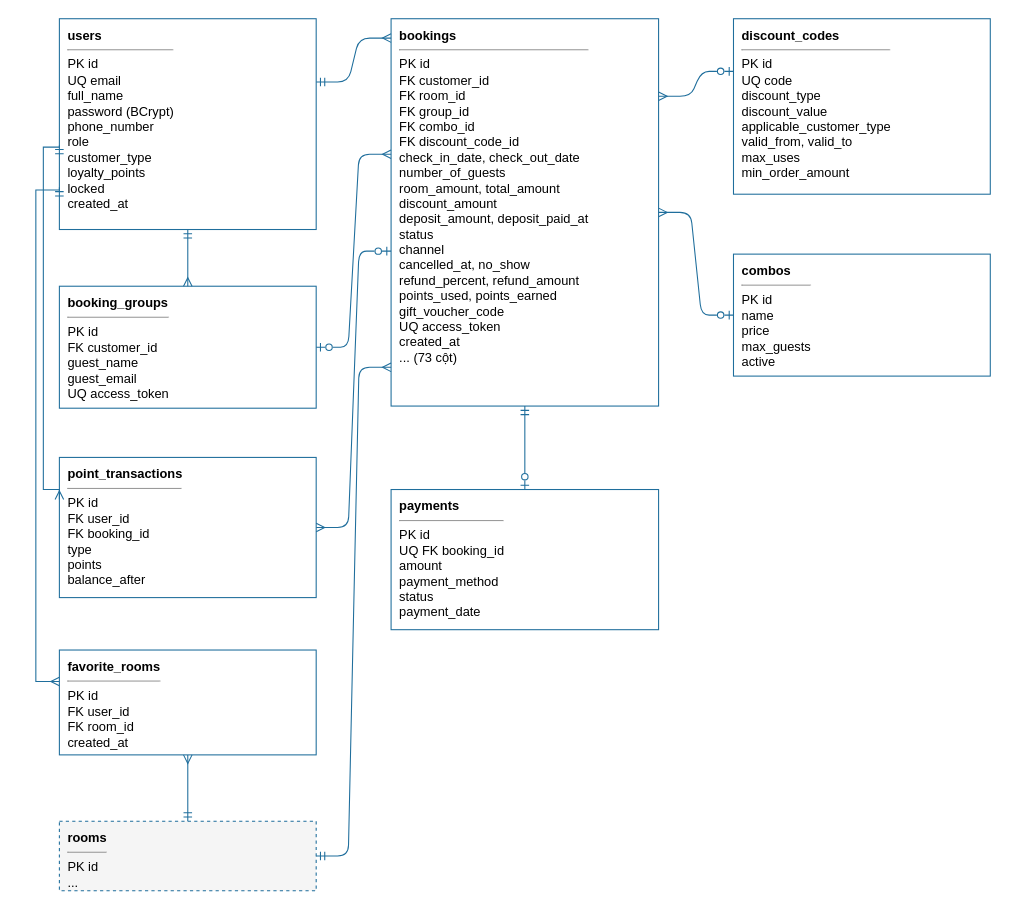
Above: docs/thiet-ke/erd-1-dat-phong.drawio in ngynquchn2511/beach-hotel (draw.io), before the change. Source tidied: cells renumbered, new cells numbered last; positions are measured from the earlier drawing's top-left corner, leaving out a move shared by most shapes. Both pictures are drawn from the tidied source at 107%, with x=0, y=0 at pixel (35, 18).
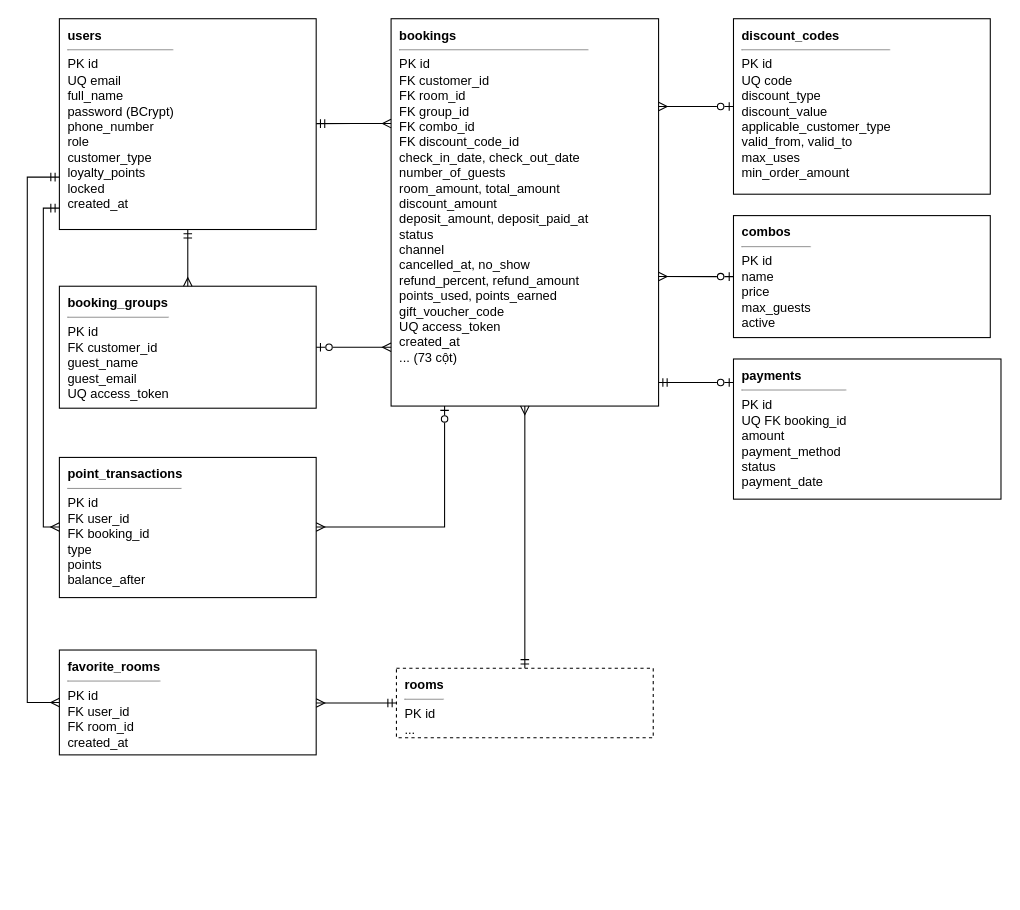
The same page after the edit.

Diff of the diagram source:
```diff
@@
-    <mxCell id="2" value="&lt;b&gt;users&lt;/b&gt;&lt;hr size=&quot;1&quot;&gt;PK id&lt;br&gt;UQ email&lt;br&gt;full_name&lt;br&gt;password (BCrypt)&lt;br&gt;phone_number&lt;br&gt;role&lt;br&gt;customer_type&lt;br&gt;loyalty_points&lt;br&gt;locked&lt;br&gt;created_at" style="rounded=0;whiteSpace=wrap;html=1;align=left;verticalAlign=top;spacingLeft=6;spacingTop=2;fillColor=#FFFFFF;strokeColor=#1F6E9C;fontSize=11;fontSize=12;" parent="1" vertex="1">
+    <mxCell id="2" value="&lt;b&gt;users&lt;/b&gt;&lt;hr size=&quot;1&quot;&gt;PK id&lt;br&gt;UQ email&lt;br&gt;full_name&lt;br&gt;password (BCrypt)&lt;br&gt;phone_number&lt;br&gt;role&lt;br&gt;customer_type&lt;br&gt;loyalty_points&lt;br&gt;locked&lt;br&gt;created_at" style="rounded=0;whiteSpace=wrap;html=1;align=left;verticalAlign=top;spacingLeft=6;spacingTop=2;fillColor=#FFFFFF;strokeColor=#000000;fontSize=11;fontSize=12;" parent="1" vertex="1">
       <mxGeometry x="22" width="240" height="197" as="geometry" />
     </mxCell>
-    <mxCell id="3" value="&lt;b&gt;booking_groups&lt;/b&gt;&lt;hr size=&quot;1&quot;&gt;PK id&lt;br&gt;FK customer_id&lt;br&gt;guest_name&lt;br&gt;guest_email&lt;br&gt;UQ access_token" style="rounded=0;whiteSpace=wrap;html=1;align=left;verticalAlign=top;spacingLeft=6;spacingTop=2;fillColor=#FFFFFF;strokeColor=#1F6E9C;fontSize=11;fontSize=12;" parent="1" vertex="1">
+    <mxCell id="3" value="&lt;b&gt;booking_groups&lt;/b&gt;&lt;hr size=&quot;1&quot;&gt;PK id&lt;br&gt;FK customer_id&lt;br&gt;guest_name&lt;br&gt;guest_email&lt;br&gt;UQ access_token" style="rounded=0;whiteSpace=wrap;html=1;align=left;verticalAlign=top;spacingLeft=6;spacingTop=2;fillColor=#FFFFFF;strokeColor=#000000;fontSize=11;fontSize=12;" parent="1" vertex="1">
       <mxGeometry x="22" y="250" width="240" height="114" as="geometry" />
     </mxCell>
-    <mxCell id="4" value="&lt;b&gt;point_transactions&lt;/b&gt;&lt;hr size=&quot;1&quot;&gt;PK id&lt;br&gt;FK user_id&lt;br&gt;FK booking_id&lt;br&gt;type&lt;br&gt;points&lt;br&gt;balance_after" style="rounded=0;whiteSpace=wrap;html=1;align=left;verticalAlign=top;spacingLeft=6;spacingTop=2;fillColor=#FFFFFF;strokeColor=#1F6E9C;fontSize=11;fontSize=12;" parent="1" vertex="1">
+    <mxCell id="4" value="&lt;b&gt;point_transactions&lt;/b&gt;&lt;hr size=&quot;1&quot;&gt;PK id&lt;br&gt;FK user_id&lt;br&gt;FK booking_id&lt;br&gt;type&lt;br&gt;points&lt;br&gt;balance_after" style="rounded=0;whiteSpace=wrap;html=1;align=left;verticalAlign=top;spacingLeft=6;spacingTop=2;fillColor=#FFFFFF;strokeColor=#000000;fontSize=11;fontSize=12;" parent="1" vertex="1">
       <mxGeometry x="22" y="410" width="240" height="131" as="geometry" />
     </mxCell>
-    <mxCell id="5" value="&lt;b&gt;favorite_rooms&lt;/b&gt;&lt;hr size=&quot;1&quot;&gt;PK id&lt;br&gt;FK user_id&lt;br&gt;FK room_id&lt;br&gt;created_at" style="rounded=0;whiteSpace=wrap;html=1;align=left;verticalAlign=top;spacingLeft=6;spacingTop=2;fillColor=#FFFFFF;strokeColor=#1F6E9C;fontSize=11;fontSize=12;" parent="1" vertex="1">
+    <mxCell id="5" value="&lt;b&gt;favorite_rooms&lt;/b&gt;&lt;hr size=&quot;1&quot;&gt;PK id&lt;br&gt;FK user_id&lt;br&gt;FK room_id&lt;br&gt;created_at" style="rounded=0;whiteSpace=wrap;html=1;align=left;verticalAlign=top;spacingLeft=6;spacingTop=2;fillColor=#FFFFFF;strokeColor=#000000;fontSize=11;fontSize=12;" parent="1" vertex="1">
       <mxGeometry x="22" y="590" width="240" height="98" as="geometry" />
     </mxCell>
-    <mxCell id="6" value="&lt;b&gt;rooms&lt;/b&gt;&lt;hr size=&quot;1&quot;&gt;PK id&lt;br&gt;..." style="rounded=0;whiteSpace=wrap;html=1;align=left;verticalAlign=top;spacingLeft=6;spacingTop=2;fillColor=#FFFFFF;strokeColor=#1F6E9C;fontSize=11;fillColor=#F5F5F5;dashed=1;fontSize=12;" parent="1" vertex="1">
-      <mxGeometry x="22" y="750" width="240" height="65" as="geometry" />
+    <mxCell id="6" value="&lt;b&gt;rooms&lt;/b&gt;&lt;hr size=&quot;1&quot;&gt;PK id&lt;br&gt;..." style="rounded=0;whiteSpace=wrap;html=1;align=left;verticalAlign=top;spacingLeft=6;spacingTop=2;fillColor=#FFFFFF;strokeColor=#000000;fontSize=11;fillColor=#FFFFFF;dashed=1;fontSize=12;" parent="1" vertex="1">
+      <mxGeometry x="337" y="607" width="240" height="65" as="geometry" />
     </mxCell>
-    <mxCell id="7" value="&lt;b&gt;bookings&lt;/b&gt;&lt;hr size=&quot;1&quot;&gt;PK id&lt;br&gt;FK customer_id&lt;br&gt;FK room_id&lt;br&gt;FK group_id&lt;br&gt;FK combo_id&lt;br&gt;FK discount_code_id&lt;br&gt;check_in_date, check_out_date&lt;br&gt;number_of_guests&lt;br&gt;room_amount, total_amount&lt;br&gt;discount_amount&lt;br&gt;deposit_amount, deposit_paid_at&lt;br&gt;status&lt;br&gt;channel&lt;br&gt;cancelled_at, no_show&lt;br&gt;refund_percent, refund_amount&lt;br&gt;points_used, points_earned&lt;br&gt;gift_voucher_code&lt;br&gt;UQ access_token&lt;br&gt;created_at&lt;br&gt;... (73 cột)" style="rounded=0;whiteSpace=wrap;html=1;align=left;verticalAlign=top;spacingLeft=6;spacingTop=2;fillColor=#FFFFFF;strokeColor=#1F6E9C;fontSize=11;fontSize=12;" parent="1" vertex="1">
+    <mxCell id="7" value="&lt;b&gt;bookings&lt;/b&gt;&lt;hr size=&quot;1&quot;&gt;PK id&lt;br&gt;FK customer_id&lt;br&gt;FK room_id&lt;br&gt;FK group_id&lt;br&gt;FK combo_id&lt;br&gt;FK discount_code_id&lt;br&gt;check_in_date, check_out_date&lt;br&gt;number_of_guests&lt;br&gt;room_amount, total_amount&lt;br&gt;discount_amount&lt;br&gt;deposit_amount, deposit_paid_at&lt;br&gt;status&lt;br&gt;channel&lt;br&gt;cancelled_at, no_show&lt;br&gt;refund_percent, refund_amount&lt;br&gt;points_used, points_earned&lt;br&gt;gift_voucher_code&lt;br&gt;UQ access_token&lt;br&gt;created_at&lt;br&gt;... (73 cột)" style="rounded=0;whiteSpace=wrap;html=1;align=left;verticalAlign=top;spacingLeft=6;spacingTop=2;fillColor=#FFFFFF;strokeColor=#000000;fontSize=11;fontSize=12;" parent="1" vertex="1">
       <mxGeometry x="332" width="250" height="362" as="geometry" />
     </mxCell>
-    <mxCell id="8" value="&lt;b&gt;payments&lt;/b&gt;&lt;hr size=&quot;1&quot;&gt;PK id&lt;br&gt;UQ FK booking_id&lt;br&gt;amount&lt;br&gt;payment_method&lt;br&gt;status&lt;br&gt;payment_date" style="rounded=0;whiteSpace=wrap;html=1;align=left;verticalAlign=top;spacingLeft=6;spacingTop=2;fillColor=#FFFFFF;strokeColor=#1F6E9C;fontSize=11;fontSize=12;" parent="1" vertex="1">
-      <mxGeometry x="332" y="440" width="250" height="131" as="geometry" />
+    <mxCell id="8" value="&lt;b&gt;payments&lt;/b&gt;&lt;hr size=&quot;1&quot;&gt;PK id&lt;br&gt;UQ FK booking_id&lt;br&gt;amount&lt;br&gt;payment_method&lt;br&gt;status&lt;br&gt;payment_date" style="rounded=0;whiteSpace=wrap;html=1;align=left;verticalAlign=top;spacingLeft=6;spacingTop=2;fillColor=#FFFFFF;strokeColor=#000000;fontSize=11;fontSize=12;" parent="1" vertex="1">
+      <mxGeometry x="652" y="318" width="250" height="131" as="geometry" />
     </mxCell>
-    <mxCell id="9" value="&lt;b&gt;discount_codes&lt;/b&gt;&lt;hr size=&quot;1&quot;&gt;PK id&lt;br&gt;UQ code&lt;br&gt;discount_type&lt;br&gt;discount_value&lt;br&gt;applicable_customer_type&lt;br&gt;valid_from, valid_to&lt;br&gt;max_uses&lt;br&gt;min_order_amount" style="rounded=0;whiteSpace=wrap;html=1;align=left;verticalAlign=top;spacingLeft=6;spacingTop=2;fillColor=#FFFFFF;strokeColor=#1F6E9C;fontSize=11;fontSize=12;" parent="1" vertex="1">
+    <mxCell id="9" value="&lt;b&gt;discount_codes&lt;/b&gt;&lt;hr size=&quot;1&quot;&gt;PK id&lt;br&gt;UQ code&lt;br&gt;discount_type&lt;br&gt;discount_value&lt;br&gt;applicable_customer_type&lt;br&gt;valid_from, valid_to&lt;br&gt;max_uses&lt;br&gt;min_order_amount" style="rounded=0;whiteSpace=wrap;html=1;align=left;verticalAlign=top;spacingLeft=6;spacingTop=2;fillColor=#FFFFFF;strokeColor=#000000;fontSize=11;fontSize=12;" parent="1" vertex="1">
       <mxGeometry x="652" width="240" height="164" as="geometry" />
     </mxCell>
-    <mxCell id="10" value="&lt;b&gt;combos&lt;/b&gt;&lt;hr size=&quot;1&quot;&gt;PK id&lt;br&gt;name&lt;br&gt;price&lt;br&gt;max_guests&lt;br&gt;active" style="rounded=0;whiteSpace=wrap;html=1;align=left;verticalAlign=top;spacingLeft=6;spacingTop=2;fillColor=#FFFFFF;strokeColor=#1F6E9C;fontSize=11;fontSize=12;" parent="1" vertex="1">
-      <mxGeometry x="652" y="220" width="240" height="114" as="geometry" />
+    <mxCell id="10" value="&lt;b&gt;combos&lt;/b&gt;&lt;hr size=&quot;1&quot;&gt;PK id&lt;br&gt;name&lt;br&gt;price&lt;br&gt;max_guests&lt;br&gt;active" style="rounded=0;whiteSpace=wrap;html=1;align=left;verticalAlign=top;spacingLeft=6;spacingTop=2;fillColor=#FFFFFF;strokeColor=#000000;fontSize=11;fontSize=12;" parent="1" vertex="1">
+      <mxGeometry x="652" y="184" width="240" height="114" as="geometry" />
     </mxCell>
-    <mxCell id="11" style="edgeStyle=entityRelationEdgeStyle;fontSize=12;html=1;endArrow=ERmany;startArrow=ERmandOne;endFill=0;startFill=0;strokeColor=#1F6E9C;exitX=1;exitY=0.3;exitDx=0;exitDy=0;entryX=0;entryY=0.05;entryDx=0;entryDy=0;" parent="1" edge="1" source="2" target="7">
+    <mxCell id="11" style="fontSize=12;html=1;endArrow=ERmany;startArrow=ERmandOne;endFill=0;startFill=0;strokeColor=#000000;edgeStyle=orthogonalEdgeStyle;rounded=0;exitX=1.0000;exitY=0.4975;exitPerimeter=0;entryX=0.0000;entryY=0.2707;entryPerimeter=0;" parent="1" edge="1" source="2" target="7">
       <mxGeometry relative="1" as="geometry" />
     </mxCell>
-    <mxCell id="12" style="edgeStyle=entityRelationEdgeStyle;fontSize=12;html=1;endArrow=ERmany;startArrow=ERmandOne;endFill=0;startFill=0;strokeColor=#1F6E9C;edgeStyle=orthogonalEdgeStyle;rounded=0;exitX=0.5;exitY=1;exitDx=0;exitDy=0;entryX=0.5;entryY=0;entryDx=0;entryDy=0;" parent="1" edge="1" source="2" target="3">
+    <mxCell id="12" style="fontSize=12;html=1;endArrow=ERmany;startArrow=ERmandOne;endFill=0;startFill=0;strokeColor=#000000;edgeStyle=orthogonalEdgeStyle;rounded=0;exitX=0.5000;exitY=1.0000;exitPerimeter=0;entryX=0.5000;entryY=0.0000;entryPerimeter=0;" parent="1" edge="1" source="2" target="3">
       <mxGeometry relative="1" as="geometry" />
     </mxCell>
-    <mxCell id="13" style="edgeStyle=entityRelationEdgeStyle;fontSize=12;html=1;endArrow=ERmany;startArrow=ERmandOne;endFill=0;startFill=0;strokeColor=#1F6E9C;edgeStyle=orthogonalEdgeStyle;rounded=0;exitX=0;exitY=0.6;exitDx=0;exitDy=0;entryX=0;entryY=0.3;entryDx=0;entryDy=0;" parent="1" edge="1" source="2" target="4">
+    <mxCell id="13" style="fontSize=12;html=1;endArrow=ERmany;startArrow=ERmandOne;endFill=0;startFill=0;strokeColor=#000000;edgeStyle=orthogonalEdgeStyle;rounded=0;exitX=0.0000;exitY=0.8985;exitPerimeter=0;entryX=0.0000;entryY=0.4962;entryPerimeter=0;" parent="1" edge="1" source="2" target="4">
       <mxGeometry relative="1" as="geometry">
         <Array as="points">
-          <mxPoint x="7" y="120" />
-          <mxPoint x="7" y="440" />
+          <mxPoint x="7" y="177" />
+          <mxPoint x="7" y="475" />
         </Array>
       </mxGeometry>
     </mxCell>
-    <mxCell id="14" style="edgeStyle=entityRelationEdgeStyle;fontSize=12;html=1;endArrow=ERmany;startArrow=ERmandOne;endFill=0;startFill=0;strokeColor=#1F6E9C;edgeStyle=orthogonalEdgeStyle;rounded=0;exitX=0;exitY=0.8;exitDx=0;exitDy=0;entryX=0;entryY=0.3;entryDx=0;entryDy=0;" parent="1" edge="1" source="2" target="5">
+    <mxCell id="14" style="fontSize=12;html=1;endArrow=ERmany;startArrow=ERmandOne;endFill=0;startFill=0;strokeColor=#000000;edgeStyle=orthogonalEdgeStyle;rounded=0;exitX=0.0000;exitY=0.7513;exitPerimeter=0;entryX=0.0000;entryY=0.5000;entryPerimeter=0;" parent="1" edge="1" source="2" target="5">
       <mxGeometry relative="1" as="geometry">
         <Array as="points">
-          <mxPoint y="160" />
-          <mxPoint y="620" />
+          <mxPoint x="-8" y="148" />
+          <mxPoint x="-8" y="639" />
         </Array>
       </mxGeometry>
     </mxCell>
-    <mxCell id="15" style="edgeStyle=entityRelationEdgeStyle;fontSize=12;html=1;endArrow=ERmany;startArrow=ERzeroToOne;endFill=0;startFill=0;strokeColor=#1F6E9C;exitX=1;exitY=0.5;exitDx=0;exitDy=0;entryX=0;entryY=0.35;entryDx=0;entryDy=0;" parent="1" edge="1" source="3" target="7">
+    <mxCell id="15" style="fontSize=12;html=1;endArrow=ERmany;startArrow=ERzeroToOne;endFill=0;startFill=0;strokeColor=#000000;edgeStyle=orthogonalEdgeStyle;rounded=0;exitX=1.0000;exitY=0.5000;exitPerimeter=0;entryX=0.0000;entryY=0.8481;entryPerimeter=0;" parent="1" edge="1" source="3" target="7">
       <mxGeometry relative="1" as="geometry" />
     </mxCell>
-    <mxCell id="16" style="edgeStyle=entityRelationEdgeStyle;fontSize=12;html=1;endArrow=ERmany;startArrow=ERzeroToOne;endFill=0;startFill=0;strokeColor=#1F6E9C;exitX=0;exitY=0.6;exitDx=0;exitDy=0;entryX=1;entryY=0.5;entryDx=0;entryDy=0;" parent="1" edge="1" source="7" target="4">
-      <mxGeometry relative="1" as="geometry" />
+    <mxCell id="16" style="fontSize=12;html=1;endArrow=ERmany;startArrow=ERzeroToOne;endFill=0;startFill=0;strokeColor=#000000;edgeStyle=orthogonalEdgeStyle;rounded=0;exitX=0.2000;exitY=1.0000;exitPerimeter=0;entryX=1.0000;entryY=0.4962;entryPerimeter=0;" parent="1" edge="1" source="7" target="4">
+      <mxGeometry relative="1" as="geometry">
+        <Array as="points">
+          <mxPoint x="382" y="475" />
+        </Array>
+      </mxGeometry>
     </mxCell>
-    <mxCell id="17" style="edgeStyle=entityRelationEdgeStyle;fontSize=12;html=1;endArrow=ERmany;startArrow=ERmandOne;endFill=0;startFill=0;strokeColor=#1F6E9C;edgeStyle=orthogonalEdgeStyle;rounded=0;exitX=0.5;exitY=0;exitDx=0;exitDy=0;entryX=0.5;entryY=1;entryDx=0;entryDy=0;" parent="1" edge="1" source="6" target="5">
+    <mxCell id="17" style="fontSize=12;html=1;endArrow=ERmany;startArrow=ERmandOne;endFill=0;startFill=0;strokeColor=#000000;edgeStyle=orthogonalEdgeStyle;rounded=0;exitX=0.0000;exitY=0.5000;exitPerimeter=0;entryX=1.0000;entryY=0.5051;entryPerimeter=0;" parent="1" edge="1" source="6" target="5">
       <mxGeometry relative="1" as="geometry" />
     </mxCell>
-    <mxCell id="18" style="edgeStyle=entityRelationEdgeStyle;fontSize=12;html=1;endArrow=ERmany;startArrow=ERmandOne;endFill=0;startFill=0;strokeColor=#1F6E9C;exitX=1;exitY=0.5;exitDx=0;exitDy=0;entryX=0;entryY=0.9;entryDx=0;entryDy=0;" parent="1" edge="1" source="6" target="7">
+    <mxCell id="18" style="fontSize=12;html=1;endArrow=ERmany;startArrow=ERmandOne;endFill=0;startFill=0;strokeColor=#000000;edgeStyle=orthogonalEdgeStyle;rounded=0;exitX=0.5000;exitY=0.0000;exitPerimeter=0;entryX=0.5000;entryY=1.0000;entryPerimeter=0;" parent="1" edge="1" source="6" target="7">
       <mxGeometry relative="1" as="geometry" />
     </mxCell>
-    <mxCell id="19" style="edgeStyle=entityRelationEdgeStyle;fontSize=12;html=1;endArrow=ERzeroToOne;startArrow=ERmandOne;endFill=0;startFill=0;strokeColor=#1F6E9C;edgeStyle=orthogonalEdgeStyle;rounded=0;exitX=0.5;exitY=1;exitDx=0;exitDy=0;entryX=0.5;entryY=0;entryDx=0;entryDy=0;" parent="1" edge="1" source="7" target="8">
+    <mxCell id="19" style="fontSize=12;html=1;endArrow=ERzeroToOne;startArrow=ERmandOne;endFill=0;startFill=0;strokeColor=#000000;edgeStyle=orthogonalEdgeStyle;rounded=0;exitX=1.0000;exitY=0.9392;exitPerimeter=0;entryX=0.0000;entryY=0.1679;entryPerimeter=0;" parent="1" edge="1" source="7" target="8">
       <mxGeometry relative="1" as="geometry" />
     </mxCell>
-    <mxCell id="20" style="edgeStyle=entityRelationEdgeStyle;fontSize=12;html=1;endArrow=ERmany;startArrow=ERzeroToOne;endFill=0;startFill=0;strokeColor=#1F6E9C;exitX=0;exitY=0.3;exitDx=0;exitDy=0;entryX=1;entryY=0.2;entryDx=0;entryDy=0;" parent="1" edge="1" source="9" target="7">
+    <mxCell id="20" style="fontSize=12;html=1;endArrow=ERmany;startArrow=ERzeroToOne;endFill=0;startFill=0;strokeColor=#000000;edgeStyle=orthogonalEdgeStyle;rounded=0;exitX=0.0000;exitY=0.5000;exitPerimeter=0;entryX=1.0000;entryY=0.2265;entryPerimeter=0;" parent="1" edge="1" source="9" target="7">
       <mxGeometry relative="1" as="geometry" />
     </mxCell>
-    <mxCell id="21" style="edgeStyle=entityRelationEdgeStyle;fontSize=12;html=1;endArrow=ERmany;startArrow=ERzeroToOne;endFill=0;startFill=0;strokeColor=#1F6E9C;exitX=0;exitY=0.5;exitDx=0;exitDy=0;entryX=1;entryY=0.5;entryDx=0;entryDy=0;" parent="1" edge="1" source="10" target="7">
+    <mxCell id="21" style="fontSize=12;html=1;endArrow=ERmany;startArrow=ERzeroToOne;endFill=0;startFill=0;strokeColor=#000000;edgeStyle=orthogonalEdgeStyle;rounded=0;exitX=0.0000;exitY=0.5000;exitPerimeter=0;entryX=1.0000;entryY=0.6657;entryPerimeter=0;" parent="1" edge="1" source="10" target="7">
       <mxGeometry relative="1" as="geometry" />
     </mxCell>
```
